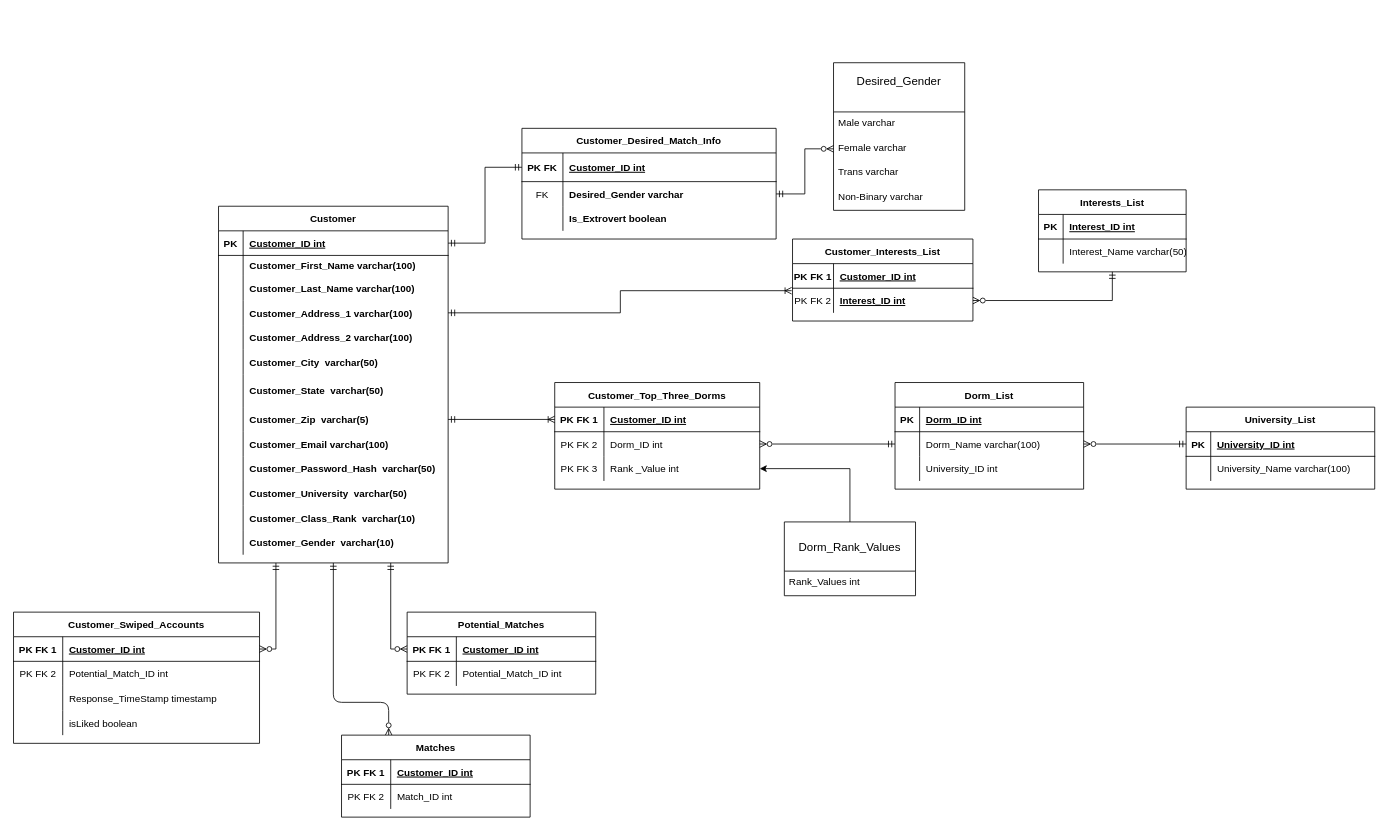
This is Planning docs/AccountDatabaseDiagram.drawio from zhowez/ecomerce, a draw.io file, before an edit. Source tidied: cells renumbered, new cells numbered last; positions are measured from the earlier drawing's top-left corner, leaving out a move shared by most shapes. Both pictures are drawn from the tidied source at 82%, with x=0, y=0 at pixel (13, 62).
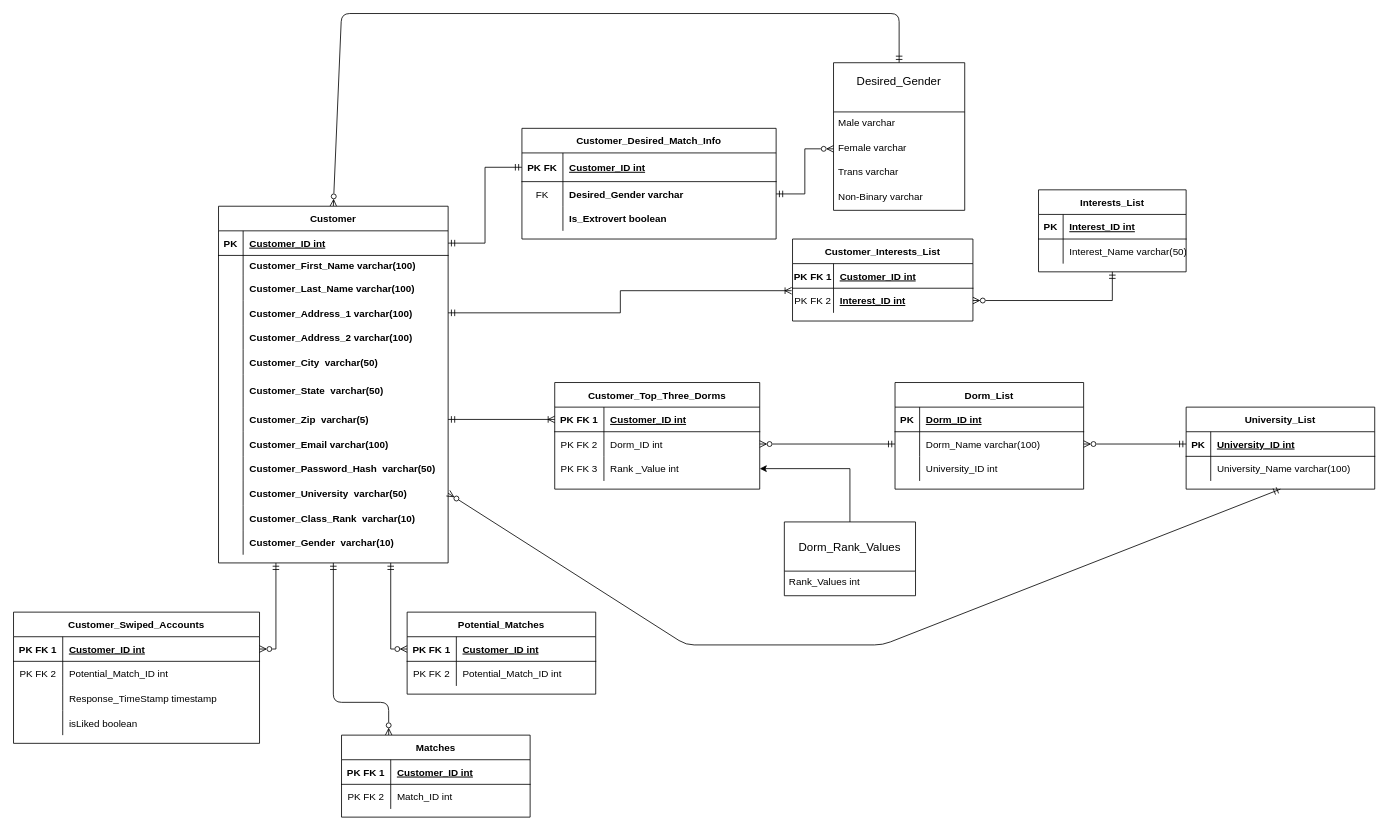
Above is the later version.

Unchanged cells that the change refers to:
```xml
<mxCell id="4" value="Customer" style="shape=table;startSize=30;childLayout=tableLayout;rowLines=0;fontStyle=1;align=center;" parent="1" vertex="1">
  <mxGeometry x="250" y="175" width="280" height="435" as="geometry" />
</mxCell>
<mxCell id="35" style="shape=tableRow;horizontal=0;startSize=0;swimlaneHead=0;swimlaneBody=0;fillColor=none;points=[[0,0.5],[1,0.5]];portConstraint=eastwest;top=0;left=0;right=0;bottom=0;" parent="4" vertex="1">
  <mxGeometry y="335" width="280" height="30" as="geometry" />
</mxCell>
<mxCell id="114" value="Desired_Gender&#10;" style="swimlane;fontStyle=0;horizontal=1;startSize=60;align=center;fontSize=14;" parent="1" vertex="1">
  <mxGeometry x="1000" width="160" height="180" as="geometry" />
</mxCell>
<mxCell id="130" value="University_List" style="shape=table;startSize=30;childLayout=tableLayout;rowLines=0;fontStyle=1;align=center;" parent="1" vertex="1">
  <mxGeometry x="1430" y="420" width="230" height="100" as="geometry" />
</mxCell>
```

The edit, as a diff of the source:
```diff
@@
+    <mxCell id="138" style="edgeStyle=none;html=1;exitX=0.5;exitY=0;exitDx=0;exitDy=0;entryX=0.5;entryY=0;entryDx=0;entryDy=0;startArrow=ERzeroToMany;startFill=0;endArrow=ERmandOne;endFill=0;" parent="1" edge="1" source="4" target="114">
+      <mxGeometry relative="1" as="geometry">
+        <Array as="points">
+          <mxPoint x="400" y="-60" />
+          <mxPoint x="1080" y="-60" />
+        </Array>
+      </mxGeometry>
+    </mxCell>
@@
+    <mxCell id="139" style="edgeStyle=none;html=1;exitX=1;exitY=0.5;exitDx=0;exitDy=0;entryX=0.5;entryY=1;entryDx=0;entryDy=0;startArrow=ERzeroToMany;startFill=0;endArrow=ERmandOne;endFill=0;" parent="1" edge="1" source="35" target="130">
+      <mxGeometry relative="1" as="geometry">
+        <Array as="points">
+          <mxPoint x="820" y="710" />
+          <mxPoint x="1060" y="710" />
+        </Array>
+      </mxGeometry>
+    </mxCell>
```
